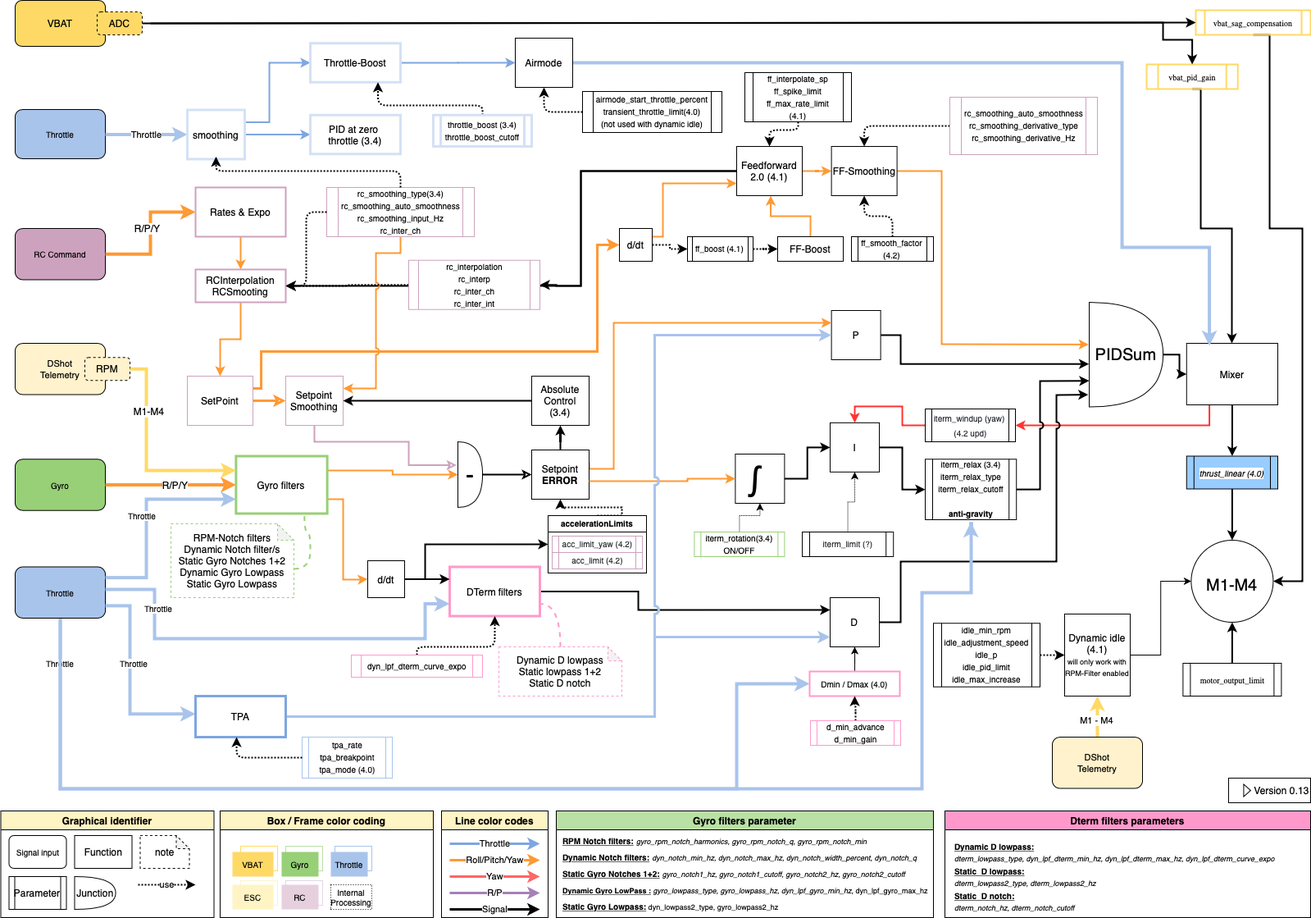
Before: bf-4.2_processing-workflow.png, a diagram exported from draw.io (mrRobot62/betaflight_processing). Source tidied: cells renumbered, new cells last; positions are measured from the earlier drawing's top-left corner, leaving out a move shared by most shapes.
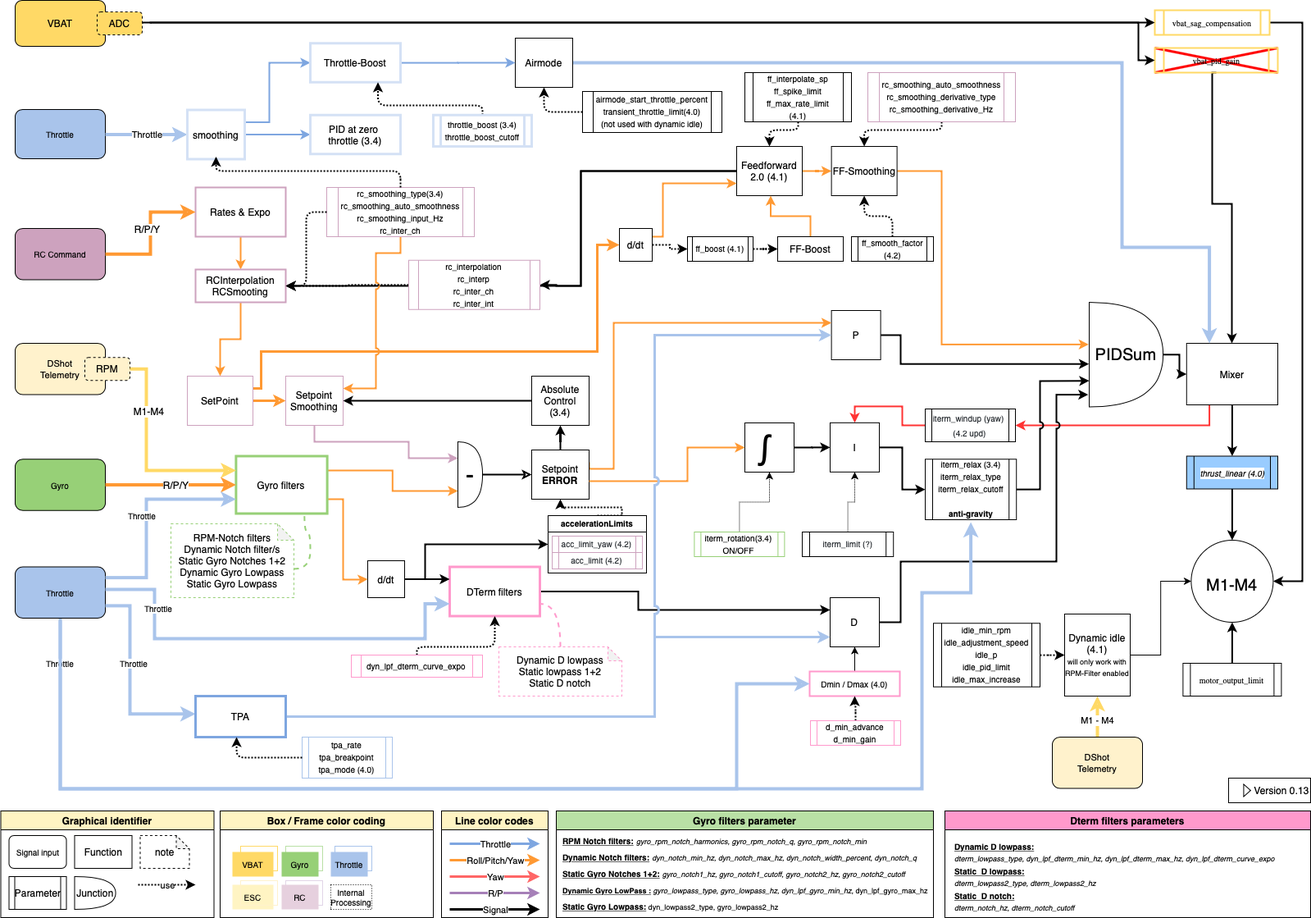
The same diagram one commit later.

Change to the diagram source:
```diff
@@ -180,6 +180,12 @@
     <mxCell id="49" style="edgeStyle=orthogonalEdgeStyle;rounded=1;jettySize=auto;html=1;entryX=0.5;entryY=1;entryDx=0;entryDy=0;dashed=1;dashPattern=1 1;strokeWidth=2;" parent="1" edge="1" source="196" target="126">
       <mxGeometry relative="1" as="geometry" />
     </mxCell>
+    <mxCell id="198" style="endArrow=none;html=1;strokeColor=#FF0000;strokeWidth=3;entryX=1;entryY=0;entryDx=0;entryDy=0;exitX=0;exitY=1;exitDx=0;exitDy=0;" parent="1" edge="1" source="82" target="82">
+      <mxGeometry relative="1" as="geometry" />
+    </mxCell>
+    <mxCell id="199" style="endArrow=none;html=1;strokeColor=#FF0000;strokeWidth=3;entryX=1;entryY=1;entryDx=0;entryDy=0;exitX=0;exitY=0;exitDx=0;exitDy=0;" parent="1" edge="1" source="82" target="82">
+      <mxGeometry relative="1" as="geometry" />
+    </mxCell>
     <mxCell id="50" value="Central" parent="0" />
     <mxCell id="51" value="&lt;font style=&quot;font-size: 20px&quot;&gt;M1-M4&lt;/font&gt;" style="verticalLabelPosition=middle;shadow=0;dashed=0;align=center;html=1;verticalAlign=middle;strokeWidth=1;shape=ellipse;fontSize=32;perimeter=ellipsePerimeter;" parent="50" vertex="1">
       <mxGeometry x="1452.4" y="658" width="100" height="100" as="geometry" />
@@ -256,7 +262,7 @@
       <mxGeometry x="1013.6" y="378" width="60" height="60" as="geometry" />
     </mxCell>
     <mxCell id="70" value="&lt;div&gt;&lt;font style=&quot;font-size: 40px&quot;&gt;∫&lt;/font&gt;&lt;/div&gt;" style="whiteSpace=wrap;html=1;fillColor=#FFFFFF;fontSize=12;" parent="50" vertex="1">
-      <mxGeometry x="896.4" y="553" width="60" height="60" as="geometry" />
+      <mxGeometry x="908" y="515" width="60" height="60" as="geometry" />
     </mxCell>
     <mxCell id="71" style="edgeStyle=orthogonalEdgeStyle;rounded=0;jettySize=auto;html=1;strokeWidth=2;fontSize=12;" parent="50" edge="1" source="70" target="72">
       <mxGeometry relative="1" as="geometry" />
@@ -300,26 +306,25 @@
       <mxGeometry relative="1" as="geometry">
         <mxPoint x="1502" y="418" as="targetPoint" />
         <Array as="points">
-          <mxPoint x="1464" y="278" />
-          <mxPoint x="1502" y="278" />
+          <mxPoint x="1478" y="248" />
+          <mxPoint x="1502" y="248" />
         </Array>
       </mxGeometry>
     </mxCell>
-    <mxCell id="82" value="&lt;div class=&quot;page&quot; title=&quot;Page 1&quot;&gt;&lt;div class=&quot;section&quot;&gt;&lt;div class=&quot;layoutArea&quot;&gt;&lt;div class=&quot;column&quot;&gt;&lt;p&gt;&lt;span style=&quot;font-family: &amp;#34;liberationsans&amp;#34;&quot;&gt;&lt;font style=&quot;font-size: 10px&quot;&gt;vbat_pid_gain&lt;/font&gt;&lt;/span&gt;&lt;/p&gt;&lt;/div&gt;&lt;/div&gt;&lt;/div&gt;&lt;/div&gt;" style="shape=process;whiteSpace=wrap;html=1;backgroundOutline=1;strokeWidth=2;size=0.12299934224950698;strokeColor=#FFD966;fillColor=none;" parent="50" vertex="1">
-      <mxGeometry x="1398" y="78" width="111.2" height="30" as="geometry" />
+    <mxCell id="82" value="&lt;div class=&quot;page&quot; title=&quot;Page 1&quot;&gt;&lt;div class=&quot;section&quot;&gt;&lt;div class=&quot;layoutArea&quot;&gt;&lt;div class=&quot;column&quot;&gt;&lt;p&gt;&lt;span style=&quot;font-family: &amp;#34;liberationsans&amp;#34;&quot;&gt;&lt;font style=&quot;font-size: 10px&quot;&gt;vbat_pid_gain&lt;/font&gt;&lt;/span&gt;&lt;/p&gt;&lt;/div&gt;&lt;/div&gt;&lt;/div&gt;&lt;/div&gt;" style="shape=process;whiteSpace=wrap;html=1;backgroundOutline=1;strokeWidth=2;size=0.07142857142857142;strokeColor=#FFD966;fillColor=none;" parent="50" vertex="1">
+      <mxGeometry x="1408" y="58" width="150" height="30" as="geometry" />
     </mxCell>
-    <mxCell id="83" style="edgeStyle=orthogonalEdgeStyle;rounded=0;jettySize=auto;html=1;entryX=1;entryY=0.5;entryDx=0;entryDy=0;exitX=0.5;exitY=1;exitDx=0;exitDy=0;strokeWidth=2;" parent="50" edge="1" source="84">
+    <mxCell id="83" style="edgeStyle=orthogonalEdgeStyle;rounded=0;jettySize=auto;html=1;entryX=1;entryY=0.5;entryDx=0;entryDy=0;exitX=1;exitY=0.5;exitDx=0;exitDy=0;strokeWidth=2;" parent="50" edge="1" source="84">
       <mxGeometry relative="1" as="geometry">
         <mxPoint x="1552.4" y="708" as="targetPoint" />
         <Array as="points">
-          <mxPoint x="1548" y="278" />
-          <mxPoint x="1588" y="278" />
+          <mxPoint x="1588" y="27" />
           <mxPoint x="1588" y="708" />
         </Array>
       </mxGeometry>
     </mxCell>
     <mxCell id="84" value="&lt;div class=&quot;page&quot; title=&quot;Page 1&quot;&gt;&lt;div class=&quot;section&quot;&gt;&lt;div class=&quot;layoutArea&quot;&gt;&lt;div class=&quot;column&quot;&gt;&lt;div class=&quot;page&quot; title=&quot;Page 1&quot;&gt;&lt;div class=&quot;section&quot;&gt;&lt;div class=&quot;layoutArea&quot;&gt;&lt;div class=&quot;column&quot;&gt;&lt;p&gt;&lt;span style=&quot;font-family: &amp;#34;liberationsans&amp;#34;&quot;&gt;&lt;font style=&quot;font-size: 10px&quot;&gt;vbat_sag_compensation&lt;/font&gt;&lt;/span&gt;&lt;/p&gt;&lt;/div&gt;&lt;/div&gt;&lt;/div&gt;&lt;/div&gt;&lt;/div&gt;&lt;/div&gt;&lt;/div&gt;&lt;/div&gt;" style="shape=process;whiteSpace=wrap;html=1;backgroundOutline=1;strokeWidth=2;size=0.07692307692307693;strokeColor=#FFD966;fillColor=none;" parent="50" vertex="1">
-      <mxGeometry x="1458" y="12" width="140" height="30" as="geometry" />
+      <mxGeometry x="1408" y="12" width="140" height="30" as="geometry" />
     </mxCell>
     <mxCell id="85" style="edgeStyle=orthogonalEdgeStyle;rounded=0;jettySize=auto;html=1;strokeWidth=2;entryX=0;entryY=0.5;entryDx=0;entryDy=0;exitX=1;exitY=0.5;exitDx=0;exitDy=0;" parent="50" edge="1" source="88" target="84">
       <mxGeometry relative="1" as="geometry">
@@ -364,7 +369,7 @@
         </Array>
       </mxGeometry>
     </mxCell>
-    <mxCell id="94" style="edgeStyle=orthogonalEdgeStyle;rounded=0;jettySize=auto;html=1;entryX=0;entryY=0.5;entryDx=0;entryDy=0;entryPerimeter=0;strokeWidth=2;fontSize=12;exitX=1;exitY=0.25;exitDx=0;exitDy=0;strokeColor=#FF9933;" parent="50" edge="1" source="95" target="131">
+    <mxCell id="94" style="edgeStyle=orthogonalEdgeStyle;rounded=0;jettySize=auto;html=1;entryX=0;entryY=0.75;entryDx=0;entryDy=0;entryPerimeter=0;strokeWidth=2;fontSize=12;exitX=1;exitY=0.25;exitDx=0;exitDy=0;strokeColor=#FF9933;" parent="50" edge="1" source="95" target="131">
       <mxGeometry relative="1" as="geometry" />
     </mxCell>
     <mxCell id="95" value="Gyro filters" style="whiteSpace=wrap;html=1;align=center;newEdgeStyle={&quot;edgeStyle&quot;:&quot;elbowEdgeStyle&quot;,&quot;startArrow&quot;:&quot;none&quot;,&quot;endArrow&quot;:&quot;none&quot;};rounded=0;rotation=0;strokeColor=#97D077;strokeWidth=3;" parent="50" vertex="1">
@@ -466,12 +471,12 @@
     <mxCell id="116" value="SetPoint" style="whiteSpace=wrap;html=1;fillColor=#FFFFFF;fontSize=12;strokeColor=#CDA2BE;" parent="50" vertex="1">
       <mxGeometry x="228" y="458" width="80" height="60" as="geometry" />
     </mxCell>
-    <mxCell id="117" style="edgeStyle=orthogonalEdgeStyle;rounded=0;jettySize=auto;html=1;entryX=-0.056;entryY=0.356;entryDx=0;entryDy=0;entryPerimeter=0;endArrow=classic;endFill=0;strokeColor=#CDA2BE;strokeWidth=2;fontSize=12;exitX=0.5;exitY=1;exitDx=0;exitDy=0;" parent="50" edge="1" source="118" target="131">
+    <mxCell id="117" style="edgeStyle=orthogonalEdgeStyle;rounded=0;jettySize=auto;html=1;entryX=0;entryY=0.25;entryDx=0;entryDy=0;entryPerimeter=0;endArrow=classic;endFill=1;strokeColor=#CDA2BE;strokeWidth=2;fontSize=12;exitX=0.5;exitY=1;exitDx=0;exitDy=0;" parent="50" edge="1" source="118" target="131">
       <mxGeometry relative="1" as="geometry">
         <Array as="points">
           <mxPoint x="383" y="538" />
           <mxPoint x="498" y="538" />
-          <mxPoint x="498" y="567" />
+          <mxPoint x="498" y="558" />
         </Array>
       </mxGeometry>
     </mxCell>
@@ -552,7 +557,7 @@
       <mxGeometry relative="1" as="geometry">
         <Array as="points">
           <mxPoint x="838" y="586" />
-          <mxPoint x="838" y="583" />
+          <mxPoint x="838" y="545" />
         </Array>
       </mxGeometry>
     </mxCell>
@@ -608,10 +613,9 @@
         <mxPoint x="298" y="163.5" as="sourcePoint" />
       </mxGeometry>
     </mxCell>
-    <mxCell id="140" style="edgeStyle=orthogonalEdgeStyle;rounded=0;orthogonalLoop=1;jettySize=auto;html=1;entryX=0.25;entryY=0;entryDx=0;entryDy=0;endArrow=classic;endFill=0;strokeColor=#A9C4EB;strokeWidth=4;fontSize=12;exitX=1;exitY=0.5;exitDx=0;exitDy=0;" parent="50" edge="1">
+    <mxCell id="140" style="edgeStyle=orthogonalEdgeStyle;rounded=0;jettySize=auto;html=1;entryX=0.25;entryY=0;entryDx=0;entryDy=0;endArrow=classic;endFill=0;strokeColor=#A9C4EB;strokeWidth=4;fontSize=12;exitX=1;exitY=0.5;exitDx=0;exitDy=0;" parent="50" edge="1" target="57">
       <mxGeometry relative="1" as="geometry">
         <mxPoint x="698" y="76" as="sourcePoint" />
-        <mxPoint x="1474.6" y="421" as="targetPoint" />
         <Array as="points">
           <mxPoint x="1368" y="76" />
           <mxPoint x="1368" y="301" />
@@ -732,14 +736,13 @@
         </Array>
       </mxGeometry>
     </mxCell>
-    <mxCell id="167" style="edgeStyle=orthogonalEdgeStyle;rounded=0;jettySize=auto;html=1;strokeWidth=2;entryX=0.5;entryY=0;entryDx=0;entryDy=0;exitX=1;exitY=0.5;exitDx=0;exitDy=0;" parent="50" edge="1" target="82">
+    <mxCell id="167" style="edgeStyle=orthogonalEdgeStyle;rounded=0;jettySize=auto;html=1;strokeWidth=2;entryX=0;entryY=0.5;entryDx=0;entryDy=0;exitX=1;exitY=0.5;exitDx=0;exitDy=0;" parent="50" edge="1" target="82">
       <mxGeometry relative="1" as="geometry">
         <mxPoint x="183" y="28" as="sourcePoint" />
         <Array as="points">
           <mxPoint x="183" y="27" />
-          <mxPoint x="1418" y="27" />
-          <mxPoint x="1418" y="48" />
-          <mxPoint x="1454" y="48" />
+          <mxPoint x="1388" y="27" />
+          <mxPoint x="1388" y="73" />
         </Array>
       </mxGeometry>
     </mxCell>
@@ -762,10 +765,15 @@
       <mxGeometry x="710" y="111" width="170" height="50" as="geometry" />
     </mxCell>
     <mxCell id="173" style="edgeStyle=orthogonalEdgeStyle;rounded=1;jettySize=auto;html=1;entryX=0.5;entryY=0;entryDx=0;entryDy=0;strokeColor=#000000;strokeWidth=2;fontSize=11;fontColor=#000000;dashed=1;dashPattern=1 1;" parent="168" edge="1" source="174" target="126">
-      <mxGeometry relative="1" as="geometry" />
+      <mxGeometry relative="1" as="geometry">
+        <Array as="points">
+          <mxPoint x="1148" y="158" />
+          <mxPoint x="1054" y="158" />
+        </Array>
+      </mxGeometry>
     </mxCell>
     <mxCell id="174" value="&lt;div class=&quot;page&quot; title=&quot;Page 1&quot;&gt;&lt;div class=&quot;section&quot;&gt;&lt;div class=&quot;layoutArea&quot;&gt;&lt;div class=&quot;column&quot;&gt;&lt;div class=&quot;page&quot; title=&quot;Page 1&quot;&gt;&lt;div class=&quot;section&quot;&gt;&lt;div class=&quot;layoutArea&quot; style=&quot;font-size: 10px&quot;&gt;&lt;div class=&quot;column&quot; style=&quot;line-height: 50%&quot;&gt;&lt;p&gt;&lt;span&gt;rc_smoothing_auto_smoothness&lt;/span&gt;&lt;br&gt;&lt;/p&gt;&lt;p&gt;rc_smoothing_derivative_type&lt;/p&gt;&lt;p&gt;rc_smoothing_derivative_Hz&lt;/p&gt;&lt;/div&gt;&lt;/div&gt;&lt;/div&gt;&lt;/div&gt;&lt;/div&gt;&lt;/div&gt;&lt;/div&gt;&lt;/div&gt;" style="shape=process;whiteSpace=wrap;html=1;backgroundOutline=1;strokeWidth=1;size=0.07692307692307693;fillColor=#FFFFFF;strokeColor=#CDA2BE;" parent="168" vertex="1">
-      <mxGeometry x="1158" y="118" width="180" height="70" as="geometry" />
+      <mxGeometry x="1058" y="88" width="180" height="60" as="geometry" />
     </mxCell>
     <mxCell id="175" style="edgeStyle=orthogonalEdgeStyle;rounded=1;jettySize=auto;html=1;entryX=0;entryY=0.5;entryDx=0;entryDy=0;dashed=1;dashPattern=1 1;strokeWidth=2;" parent="168" edge="1" source="176" target="155">
       <mxGeometry relative="1" as="geometry" />
```
